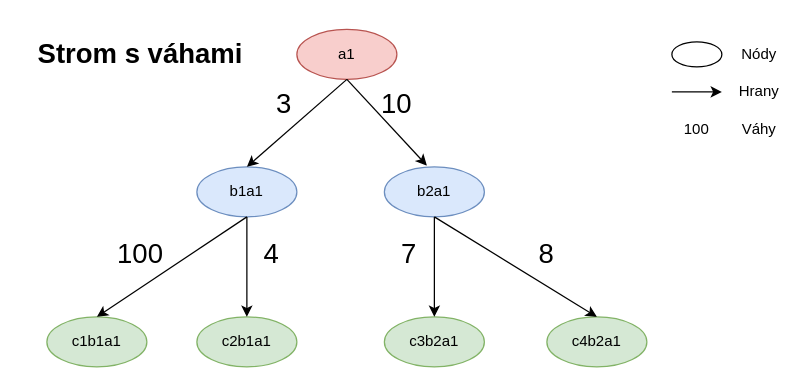
Before: Marta greedy algorithm.drawio in martavohnoutova/martavohnoutova.github.io, a draw.io diagram. Source tidied: cells renumbered, new cells numbered last; positions are measured from the earlier drawing's top-left corner, leaving out a move shared by most shapes. Both pictures are drawn from the tidied source at 125%, with x=0, y=0 at pixel (21, 29).
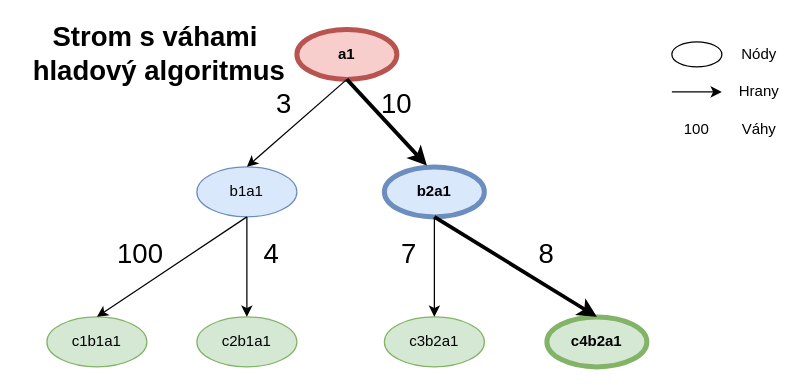
Above is the later version.

Diff of the diagram source:
```diff
@@
-    <mxCell id="2" value="a1" style="ellipse;whiteSpace=wrap;html=1;fillColor=#f8cecc;strokeColor=#b85450;" parent="1" vertex="1">
+    <mxCell id="2" value="a1" style="ellipse;whiteSpace=wrap;html=1;fillColor=#f8cecc;strokeColor=#b85450;strokeWidth=4;fontStyle=1;" parent="1" vertex="1">
       <mxGeometry x="220" width="80" height="40" as="geometry" />
     </mxCell>
-    <mxCell id="3" value="b2a1" style="ellipse;whiteSpace=wrap;html=1;fillColor=#dae8fc;strokeColor=#6c8ebf;" parent="1" vertex="1">
+    <mxCell id="3" value="b2a1" style="ellipse;whiteSpace=wrap;html=1;fillColor=#dae8fc;strokeColor=#6c8ebf;strokeWidth=4;fontStyle=1;" parent="1" vertex="1">
       <mxGeometry x="290" y="110" width="80" height="40" as="geometry" />
     </mxCell>
@@
-    <mxCell id="5" value="c4b2a1" style="ellipse;whiteSpace=wrap;html=1;fillColor=#d5e8d4;strokeColor=#82b366;" parent="1" vertex="1">
+    <mxCell id="5" value="c4b2a1" style="ellipse;whiteSpace=wrap;html=1;fillColor=#d5e8d4;strokeColor=#82b366;strokeWidth=4;fontStyle=1;" parent="1" vertex="1">
       <mxGeometry x="420" y="230" width="80" height="40" as="geometry" />
     </mxCell>
@@
-    <mxCell id="10" style="endArrow=classic;html=1;entryX=0.425;entryY=-0.025;entryDx=0;entryDy=0;entryPerimeter=0;" parent="1" edge="1" target="3">
+    <mxCell id="10" style="endArrow=classic;html=1;entryX=0.425;entryY=-0.025;entryDx=0;entryDy=0;entryPerimeter=0;strokeWidth=3;" parent="1" edge="1" target="3">
       <mxGeometry relative="1" as="geometry">
         <mxPoint x="260" y="40" as="sourcePoint" />
       </mxGeometry>
     </mxCell>
@@
-    <mxCell id="14" style="endArrow=classic;html=1;exitX=0.5;exitY=1;exitDx=0;exitDy=0;entryX=0.5;entryY=0;entryDx=0;entryDy=0;" parent="1" edge="1" source="3" target="5">
+    <mxCell id="14" style="endArrow=classic;html=1;exitX=0.5;exitY=1;exitDx=0;exitDy=0;entryX=0.5;entryY=0;entryDx=0;entryDy=0;strokeWidth=3;" parent="1" edge="1" source="3" target="5">
       <mxGeometry relative="1" as="geometry" />
     </mxCell>
@@
-    <mxCell id="21" value="Strom s váhami" style="text;html=1;strokeColor=none;fillColor=none;align=center;verticalAlign=middle;whiteSpace=wrap;rounded=0;fontSize=22;fontStyle=1;" parent="1" vertex="1">
-      <mxGeometry y="10" width="190" height="20" as="geometry" />
+    <mxCell id="21" value="Strom s váhami&amp;nbsp;&lt;br&gt;hladový algoritmus" style="text;html=1;strokeColor=none;fillColor=none;align=center;verticalAlign=middle;whiteSpace=wrap;rounded=0;fontSize=22;fontStyle=1;" parent="1" vertex="1">
+      <mxGeometry y="10" width="220" height="20" as="geometry" />
     </mxCell>
```
